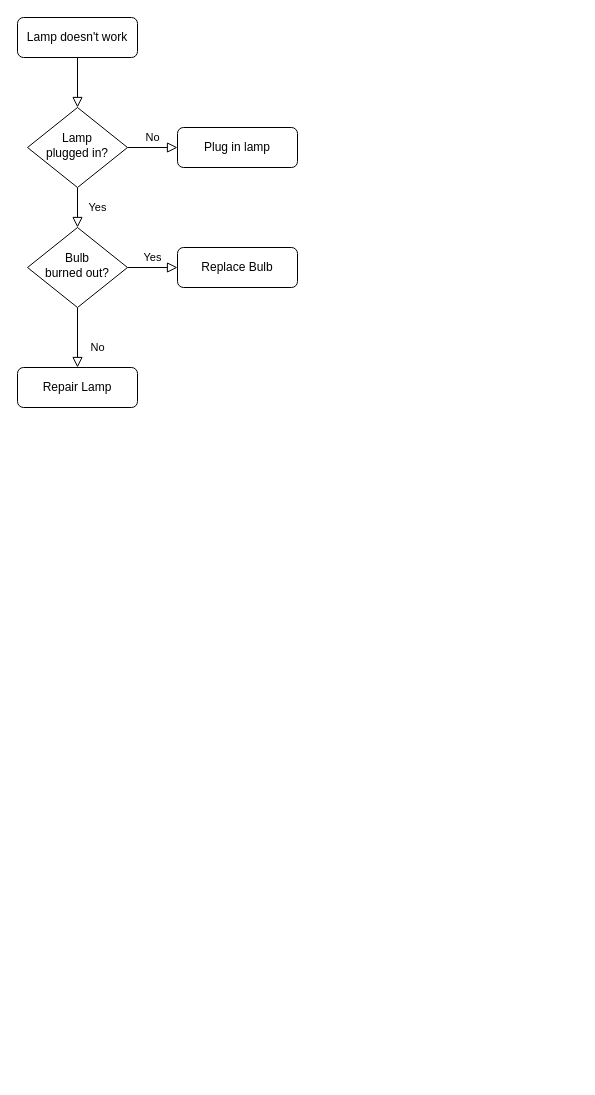
profsalerno/WorkFlow_Communications keeps this draw.io diagram as Diagramma senza titolo.drawio. Above is the earlier version. Source tidied: cells renumbered, new cells numbered last; positions are measured from the earlier drawing's top-left corner, leaving out a move shared by most shapes. Both pictures are drawn from the tidied source at 100%, with x=0, y=0 at pixel (17, 17).
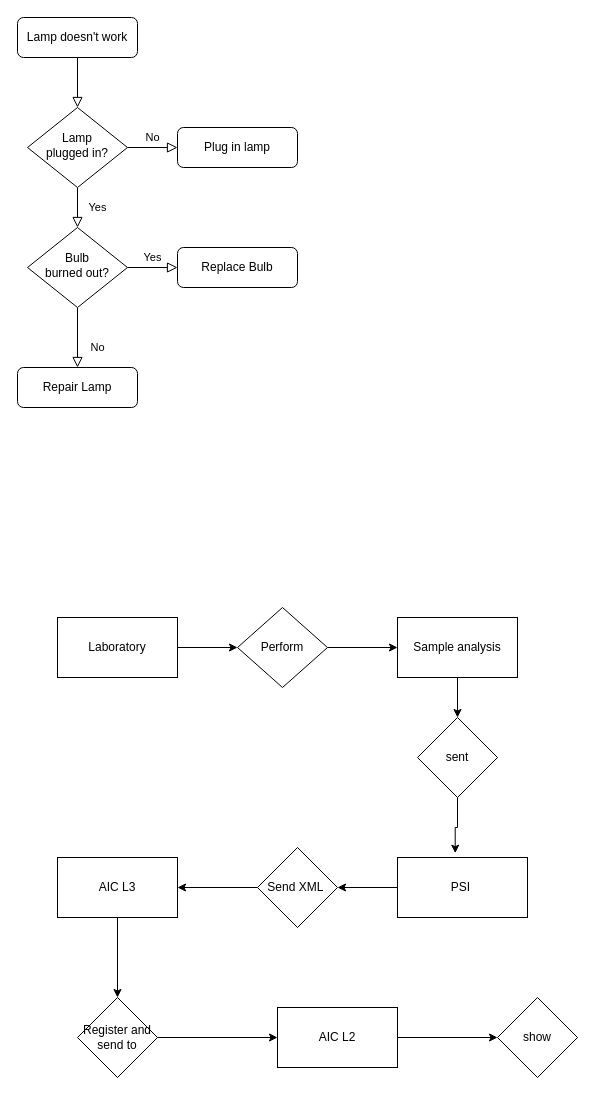
Above is the later version.

The edit, as a diff of the source:
```diff
@@
+    <mxCell id="13" style="edgeStyle=orthogonalEdgeStyle;rounded=0;jettySize=auto;html=1;entryX=1;entryY=0.5;entryDx=0;entryDy=0;" parent="1" edge="1" source="14" target="28">
+      <mxGeometry relative="1" as="geometry" />
+    </mxCell>
+    <mxCell id="14" value="PSI&amp;nbsp;" style="rounded=0;whiteSpace=wrap;html=1;" parent="1" vertex="1">
+      <mxGeometry x="380" y="840" width="130" height="60" as="geometry" />
+    </mxCell>
+    <mxCell id="15" style="edgeStyle=orthogonalEdgeStyle;rounded=0;jettySize=auto;html=1;entryX=0;entryY=0.5;entryDx=0;entryDy=0;" parent="1" edge="1" source="16" target="22">
+      <mxGeometry relative="1" as="geometry" />
+    </mxCell>
+    <mxCell id="16" value="Laboratory" style="rounded=0;whiteSpace=wrap;html=1;" parent="1" vertex="1">
+      <mxGeometry x="40" y="600" width="120" height="60" as="geometry" />
+    </mxCell>
+    <mxCell id="17" style="edgeStyle=orthogonalEdgeStyle;rounded=0;jettySize=auto;html=1;entryX=0;entryY=0.5;entryDx=0;entryDy=0;" parent="1" edge="1" source="18" target="31">
+      <mxGeometry relative="1" as="geometry" />
+    </mxCell>
+    <mxCell id="18" value="AIC L2" style="rounded=0;whiteSpace=wrap;html=1;" parent="1" vertex="1">
+      <mxGeometry x="260" y="990" width="120" height="60" as="geometry" />
+    </mxCell>
+    <mxCell id="19" style="edgeStyle=orthogonalEdgeStyle;rounded=0;jettySize=auto;html=1;" parent="1" edge="1" source="20" target="24">
+      <mxGeometry relative="1" as="geometry" />
+    </mxCell>
+    <mxCell id="20" value="Sample analysis" style="whiteSpace=wrap;html=1;rounded=0;" parent="1" vertex="1">
+      <mxGeometry x="380" y="600" width="120" height="60" as="geometry" />
+    </mxCell>
+    <mxCell id="21" style="edgeStyle=orthogonalEdgeStyle;rounded=0;jettySize=auto;html=1;entryX=0;entryY=0.5;entryDx=0;entryDy=0;" parent="1" edge="1" source="22" target="20">
+      <mxGeometry relative="1" as="geometry" />
+    </mxCell>
+    <mxCell id="22" value="Perform" style="rhombus;whiteSpace=wrap;html=1;" parent="1" vertex="1">
+      <mxGeometry x="220" y="590" width="90" height="80" as="geometry" />
+    </mxCell>
+    <mxCell id="23" style="edgeStyle=orthogonalEdgeStyle;rounded=0;jettySize=auto;html=1;entryX=0.444;entryY=-0.072;entryDx=0;entryDy=0;entryPerimeter=0;" parent="1" edge="1" source="24" target="14">
+      <mxGeometry relative="1" as="geometry" />
+    </mxCell>
+    <mxCell id="24" value="sent" style="rhombus;whiteSpace=wrap;html=1;" parent="1" vertex="1">
+      <mxGeometry x="400" y="700" width="80" height="80" as="geometry" />
+    </mxCell>
+    <mxCell id="25" style="edgeStyle=orthogonalEdgeStyle;rounded=0;jettySize=auto;html=1;entryX=0.5;entryY=0;entryDx=0;entryDy=0;" parent="1" edge="1" source="26" target="30">
+      <mxGeometry relative="1" as="geometry" />
+    </mxCell>
+    <mxCell id="26" value="AIC L3" style="rounded=0;whiteSpace=wrap;html=1;" parent="1" vertex="1">
+      <mxGeometry x="40" y="840" width="120" height="60" as="geometry" />
+    </mxCell>
+    <mxCell id="27" style="edgeStyle=orthogonalEdgeStyle;rounded=0;jettySize=auto;html=1;entryX=1;entryY=0.5;entryDx=0;entryDy=0;" parent="1" edge="1" source="28" target="26">
+      <mxGeometry relative="1" as="geometry" />
+    </mxCell>
+    <mxCell id="28" value="Send XML&amp;nbsp;" style="rhombus;whiteSpace=wrap;html=1;" parent="1" vertex="1">
+      <mxGeometry x="240" y="830" width="80" height="80" as="geometry" />
+    </mxCell>
+    <mxCell id="29" style="edgeStyle=orthogonalEdgeStyle;rounded=0;jettySize=auto;html=1;entryX=0;entryY=0.5;entryDx=0;entryDy=0;" parent="1" edge="1" source="30" target="18">
+      <mxGeometry relative="1" as="geometry" />
+    </mxCell>
+    <mxCell id="30" value="Register and send to" style="rhombus;whiteSpace=wrap;html=1;" parent="1" vertex="1">
+      <mxGeometry x="60" y="980" width="80" height="80" as="geometry" />
+    </mxCell>
+    <mxCell id="31" value="show" style="rhombus;whiteSpace=wrap;html=1;" parent="1" vertex="1">
+      <mxGeometry x="480" y="980" width="80" height="80" as="geometry" />
+    </mxCell>
```
